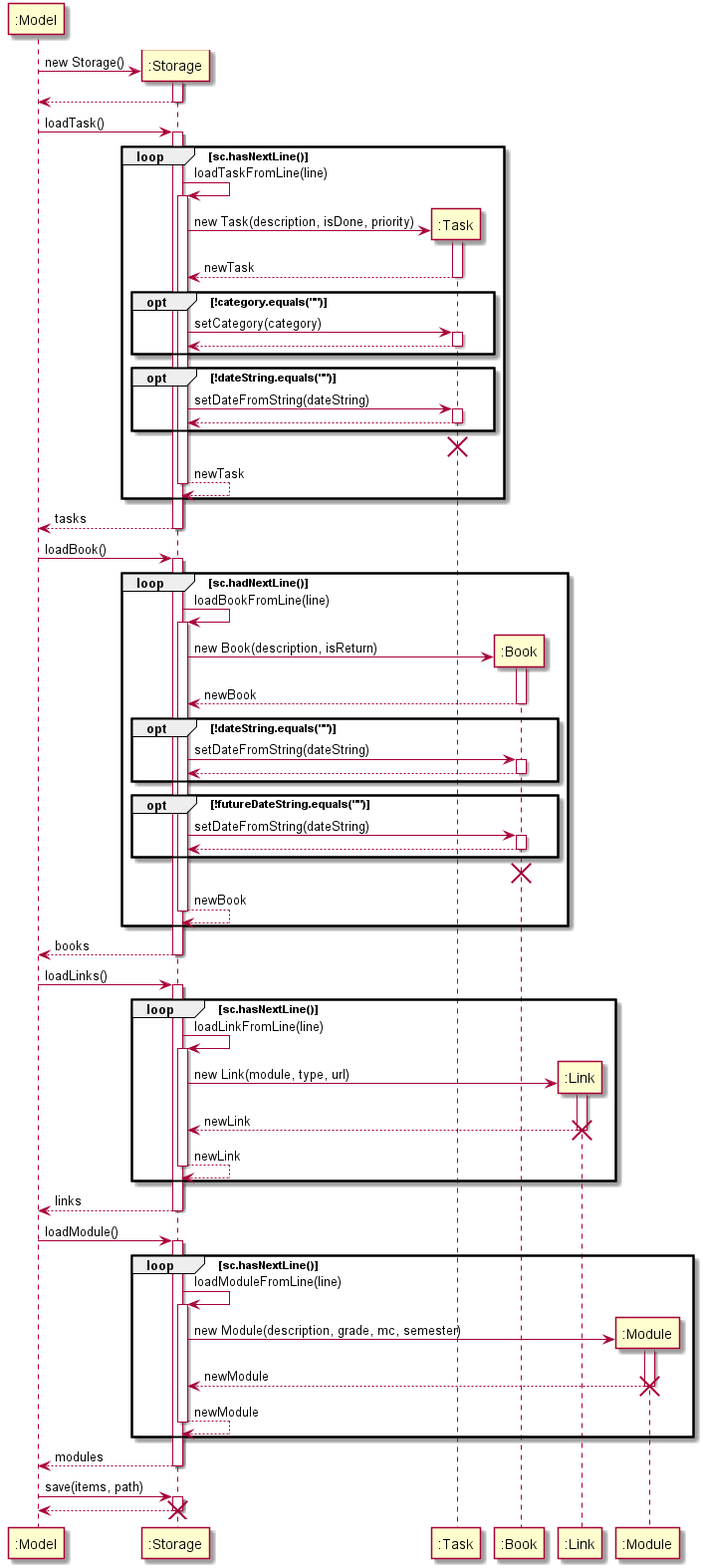
Earlier version of the PlantUML export docs/images/StorageSequenceDiagram.png (nus-cs2113-AY2021S1/tp). The source it was exported from:
```plantuml
@startuml
participant ":Model" as Model
participant ":Storage" as Storage
participant ":Task" as Task
participant ":Book" as Book
participant ":Link" as Link
participant ":Module" as Module

create Storage
Model -> Storage : new Storage()
activate Storage

Model <-- Storage
deactivate Storage

Model -> Storage : loadTask()
activate Storage

loop sc.hasNextLine()

Storage -> Storage : loadTaskFromLine(line)
activate Storage

create Task
Storage -> Task : new Task(description, isDone, priority)
activate Task

Storage <-- Task : newTask
deactivate Task

opt !category.equals("")

Storage -> Task : setCategory(category)
activate Task

Storage <-- Task
deactivate Task

end

opt !dateString.equals("")

Storage -> Task : setDateFromString(dateString)
activate Task

Storage <-- Task
deactivate Task

end

destroy Task

Storage <-- Storage : newTask
deactivate Storage

end

Model <-- Storage : tasks
deactivate Storage

Model -> Storage : loadBook()
activate Storage

loop sc.hadNextLine()

Storage -> Storage : loadBookFromLine(line)
activate Storage

create Book
Storage -> Book : new Book(description, isReturn)
activate Book

Storage <-- Book : newBook
deactivate Book

opt !dateString.equals("")

Storage -> Book : setDateFromString(dateString)
activate Book

Storage <-- Book
deactivate Book

end

opt !futureDateString.equals("")

Storage -> Book : setDateFromString(dateString)
activate Book

Storage <-- Book
deactivate Book

end

destroy Book

Storage <-- Storage : newBook
deactivate Storage

end

Model <-- Storage : books
deactivate Storage

Model -> Storage : loadLinks()
activate Storage

loop sc.hasNextLine()

Storage -> Storage : loadLinkFromLine(line)
activate Storage

create Link
Storage -> Link : new Link(module, type, url)
activate Link

Storage <-- Link : newLink
deactivate Link

destroy Link

Storage <-- Storage : newLink
deactivate Storage

end

Model <-- Storage : links
deactivate Storage

Model -> Storage : loadModule()
activate Storage

loop sc.hasNextLine()

Storage -> Storage : loadModuleFromLine(line)
activate Storage

create Module
Storage -> Module : new Module(description, grade, mc, semester)
activate Module

Storage <-- Module : newModule
deactivate Module

destroy Module

Storage <-- Storage : newModule
deactivate Storage

end

Model <-- Storage : modules
deactivate Storage

Model -> Storage : save(items, path)
activate Storage

Model <-- Storage
deactivate Storage

destroy Storage
@enduml
```
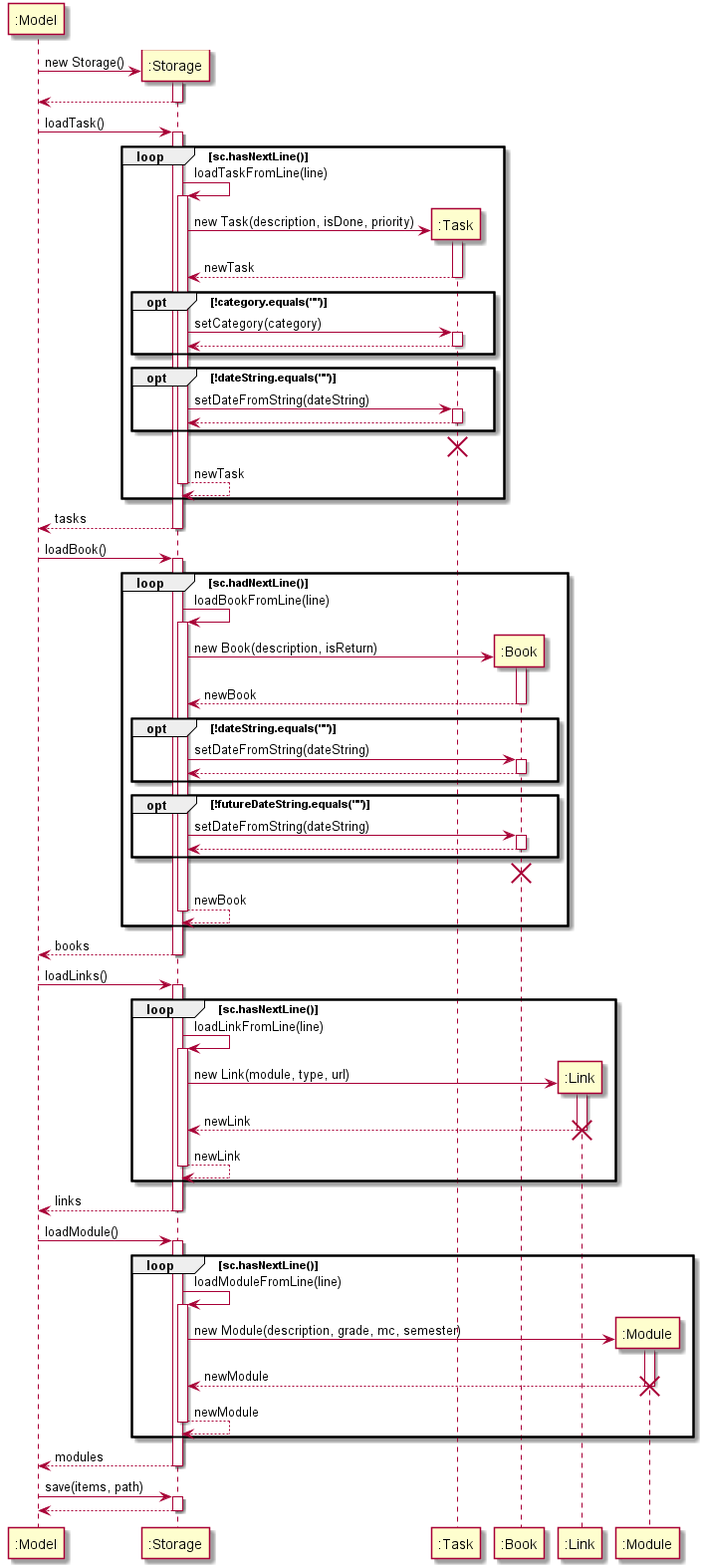
After the change.

Commit message:
Remove destroy Storage in Storage sequence diagram

Diff of the diagram source:
```diff
@@ -158,6 +158,4 @@
 
 Model <-- Storage
 deactivate Storage
-
-destroy Storage
 @enduml
```
